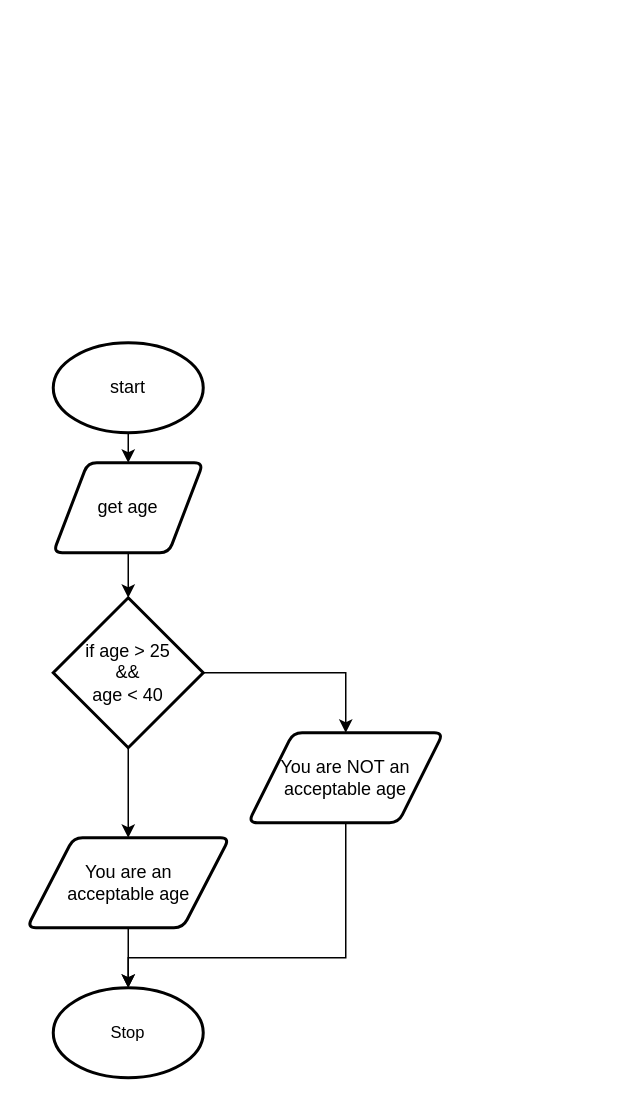
The draw.io diagram .flowchart.drawio in Miguel-Santacruz/ICS3U-Unit3-07-Python, before the edit. Source tidied: cells renumbered, new cells numbered last; positions are measured from the earlier drawing's top-left corner, leaving out a move shared by most shapes. Both pictures are drawn from the tidied source at 150%, with x=0, y=0 at pixel (26, 342).
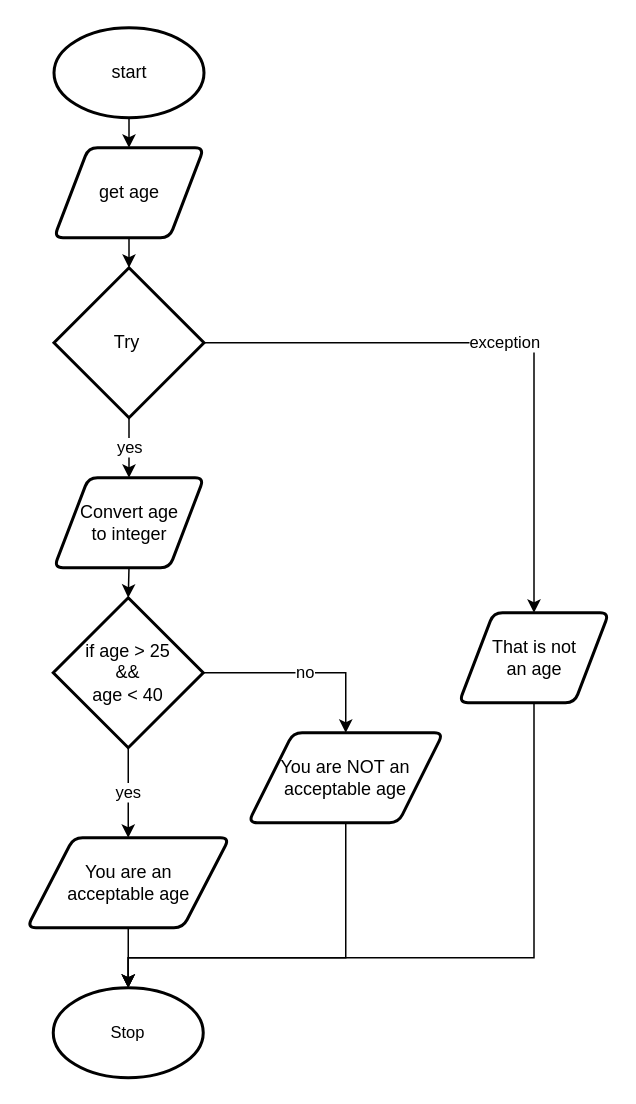
After the change.

Unchanged cells that the change refers to:
```xml
<mxCell id="8" value="if age &amp;gt; 25&lt;br&gt;&amp;amp;&amp;amp;&lt;br&gt;age &amp;lt; 40" style="strokeWidth=2;html=1;shape=mxgraph.flowchart.decision;whiteSpace=wrap;" parent="1" vertex="1">
  <mxGeometry x="18" y="170" width="100" height="100" as="geometry" />
</mxCell>
<mxCell id="10" value="You are NOT an &lt;br&gt;acceptable age" style="shape=parallelogram;html=1;strokeWidth=2;perimeter=parallelogramPerimeter;whiteSpace=wrap;rounded=1;arcSize=12;size=0.23;" parent="1" vertex="1">
  <mxGeometry x="148" y="260" width="130" height="60" as="geometry" />
</mxCell>
<mxCell id="12" value="You are an &lt;br&gt;acceptable age" style="shape=parallelogram;html=1;strokeWidth=2;perimeter=parallelogramPerimeter;whiteSpace=wrap;rounded=1;arcSize=12;size=0.23;" parent="1" vertex="1">
  <mxGeometry x="0.5" y="330" width="135" height="60" as="geometry" />
</mxCell>
<mxCell id="13" value="Stop" style="strokeWidth=2;html=1;shape=mxgraph.flowchart.start_1;whiteSpace=wrap;fontFamily=Helvetica;fontSize=11;fontColor=default;" parent="1" vertex="1">
  <mxGeometry x="18" y="430" width="100" height="60" as="geometry" />
</mxCell>
```

Diff of the diagram source:
```diff
@@
     <mxCell id="3" value="start" style="strokeWidth=2;html=1;shape=mxgraph.flowchart.start_1;whiteSpace=wrap;" parent="1" vertex="1">
-      <mxGeometry x="18" width="100" height="60" as="geometry" />
+      <mxGeometry x="18.5" y="-210" width="100" height="60" as="geometry" />
     </mxCell>
-    <mxCell id="4" style="edgeStyle=none;html=1;exitX=0.5;exitY=1;exitDx=0;exitDy=0;entryX=0.5;entryY=0;entryDx=0;entryDy=0;entryPerimeter=0;" parent="1" edge="1" source="5" target="8">
-      <mxGeometry relative="1" as="geometry" />
-    </mxCell>
+    <mxCell id="14" style="edgeStyle=none;html=1;exitX=0.5;exitY=1;exitDx=0;exitDy=0;entryX=0.5;entryY=0;entryDx=0;entryDy=0;entryPerimeter=0;" parent="1" edge="1" source="5" target="16">
+      <mxGeometry relative="1" as="geometry" />
+    </mxCell>
     <mxCell id="5" value="get age" style="shape=parallelogram;html=1;strokeWidth=2;perimeter=parallelogramPerimeter;whiteSpace=wrap;rounded=1;arcSize=12;size=0.23;" parent="1" vertex="1">
-      <mxGeometry x="18" y="80" width="100" height="60" as="geometry" />
+      <mxGeometry x="18.5" y="-130" width="100" height="60" as="geometry" />
     </mxCell>
-    <mxCell id="6" style="edgeStyle=orthogonalEdgeStyle;html=1;exitX=1;exitY=0.5;exitDx=0;exitDy=0;exitPerimeter=0;entryX=0.5;entryY=0;entryDx=0;entryDy=0;rounded=0;" parent="1" edge="1" source="8" target="10">
+    <mxCell id="6" value="no" style="edgeStyle=orthogonalEdgeStyle;html=1;exitX=1;exitY=0.5;exitDx=0;exitDy=0;exitPerimeter=0;entryX=0.5;entryY=0;entryDx=0;entryDy=0;rounded=0;" parent="1" edge="1" source="8" target="10">
       <mxGeometry relative="1" as="geometry" />
     </mxCell>
-    <mxCell id="7" style="edgeStyle=orthogonalEdgeStyle;shape=connector;rounded=0;html=1;exitX=0.5;exitY=1;exitDx=0;exitDy=0;exitPerimeter=0;entryX=0.5;entryY=0;entryDx=0;entryDy=0;labelBackgroundColor=default;fontFamily=Helvetica;fontSize=11;fontColor=default;endArrow=classic;strokeColor=default;" parent="1" edge="1" source="8" target="12">
+    <mxCell id="7" value="yes" style="edgeStyle=orthogonalEdgeStyle;shape=connector;rounded=0;html=1;exitX=0.5;exitY=1;exitDx=0;exitDy=0;exitPerimeter=0;entryX=0.5;entryY=0;entryDx=0;entryDy=0;labelBackgroundColor=default;fontFamily=Helvetica;fontSize=11;fontColor=default;endArrow=classic;strokeColor=default;" parent="1" edge="1" source="8" target="12">
       <mxGeometry relative="1" as="geometry" />
     </mxCell>
@@
+    <mxCell id="15" value="yes" style="edgeStyle=none;html=1;exitX=0.5;exitY=1;exitDx=0;exitDy=0;exitPerimeter=0;entryX=0.5;entryY=0;entryDx=0;entryDy=0;" parent="1" edge="1" source="16" target="19">
+      <mxGeometry relative="1" as="geometry" />
+    </mxCell>
+    <mxCell id="16" value="Try&amp;nbsp;" style="strokeWidth=2;html=1;shape=mxgraph.flowchart.decision;whiteSpace=wrap;" parent="1" vertex="1">
+      <mxGeometry x="18.5" y="-50" width="100" height="100" as="geometry" />
+    </mxCell>
+    <mxCell id="17" style="edgeStyle=none;html=1;exitX=0.5;exitY=1;exitDx=0;exitDy=0;entryX=0.5;entryY=0;entryDx=0;entryDy=0;entryPerimeter=0;" parent="1" edge="1" source="19" target="8">
+      <mxGeometry relative="1" as="geometry" />
+    </mxCell>
+    <mxCell id="18" value="exception" style="edgeStyle=orthogonalEdgeStyle;html=1;exitX=1;exitY=0.5;exitDx=0;exitDy=0;entryX=0.5;entryY=0;entryDx=0;entryDy=0;rounded=0;exitPerimeter=0;" parent="1" edge="1" source="16" target="21">
+      <mxGeometry relative="1" as="geometry" />
+    </mxCell>
+    <mxCell id="19" value="Convert age&lt;br&gt;to integer" style="shape=parallelogram;html=1;strokeWidth=2;perimeter=parallelogramPerimeter;whiteSpace=wrap;rounded=1;arcSize=12;size=0.23;" parent="1" vertex="1">
+      <mxGeometry x="18.5" y="90" width="100" height="60" as="geometry" />
+    </mxCell>
+    <mxCell id="20" style="edgeStyle=orthogonalEdgeStyle;shape=connector;rounded=0;html=1;exitX=0.5;exitY=1;exitDx=0;exitDy=0;entryX=0.5;entryY=0;entryDx=0;entryDy=0;entryPerimeter=0;labelBackgroundColor=default;fontFamily=Helvetica;fontSize=11;fontColor=default;endArrow=classic;strokeColor=default;" parent="1" edge="1" source="21" target="13">
+      <mxGeometry relative="1" as="geometry">
+        <Array as="points">
+          <mxPoint x="338.5" y="410" />
+          <mxPoint x="68.5" y="410" />
+        </Array>
+      </mxGeometry>
+    </mxCell>
+    <mxCell id="21" value="That is not &lt;br&gt;an age" style="shape=parallelogram;html=1;strokeWidth=2;perimeter=parallelogramPerimeter;whiteSpace=wrap;rounded=1;arcSize=12;size=0.23;" parent="1" vertex="1">
+      <mxGeometry x="288.5" y="180" width="100" height="60" as="geometry" />
+    </mxCell>
```
